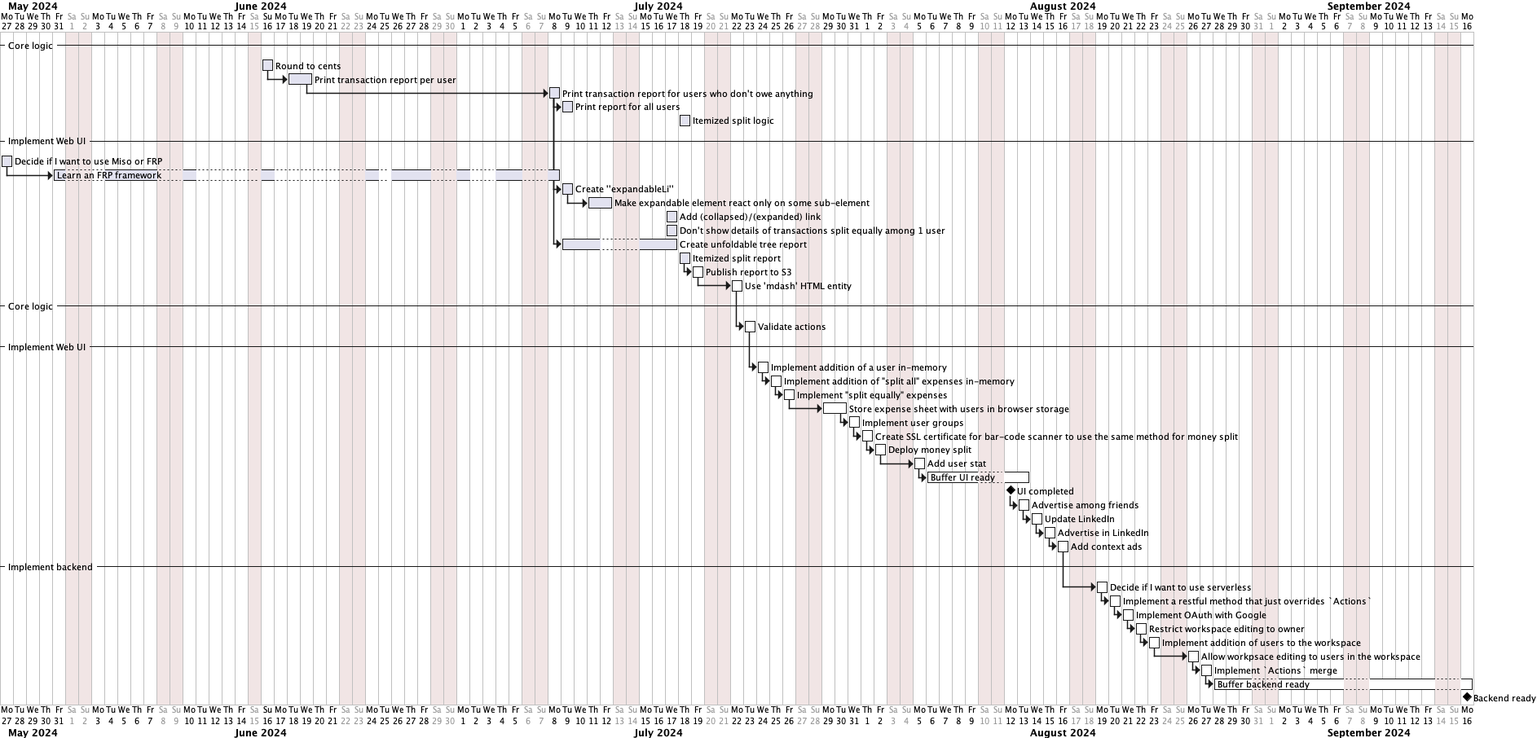
The PlantUML diagram plan.png in tellary/split, before a commit.
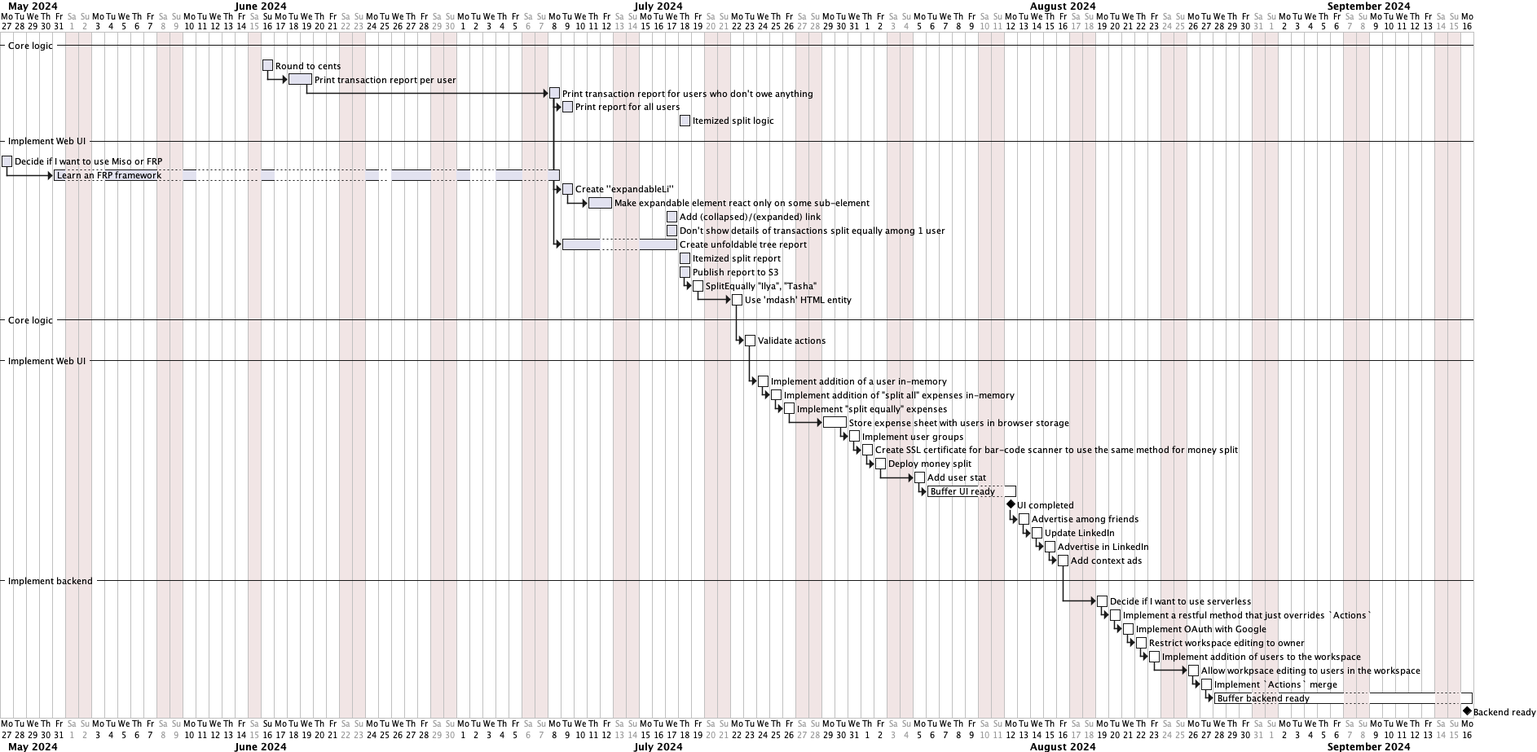
Above is the later version.

Diff of the diagram source:
```diff
@@ -39,7 +39,8 @@
 [Create unfoldable tree report] starts at [Print transaction report for users who don't owe anything]'s end and ends on 2024-07-17 and pauses on 2024-07-12
 [Itemized split report] starts on 2024-07-18
 [Itemized split report] is 100% completed
-then [Publish report to S3] is 0% completed
+[Publish report to S3] is 100% completed and starts on 2024-07-18
+then [SplitEqually "Ilya", "Tasha"] is 0% completed
 then [Use 'mdash' HTML entity] is 0% completed
 
 -- Core logic --
@@ -57,7 +58,7 @@
 then [Create SSL certificate for bar-code scanner to use the same method for money split] is 0% completed
 then [Deploy money split] is 0% completed
 then [Add user stat] is 0% completed
-then [Buffer UI ready] requires 6 days and is 0% completed
+then [Buffer UI ready] requires 5 days and is 0% completed
 [UI completed] happens on 2024-08-12
 then [Advertise among friends] is 0% completed
 then [Update LinkedIn] is 0% completed
```
